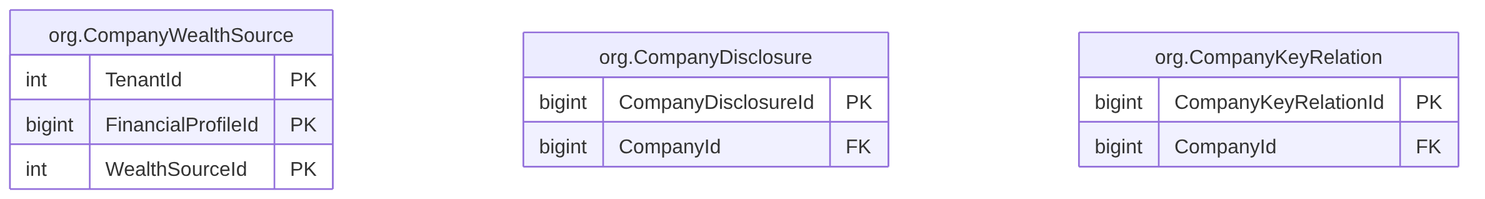
This is treasury-platform/docs/diagrams/erd/m1_company_kyc_2.png from thawrasy/smartlines, a Mermaid export, as it was before one commit. Its source is kept beside it as treasury-platform/docs/diagrams/erd/m1_company_kyc_2.mmd.
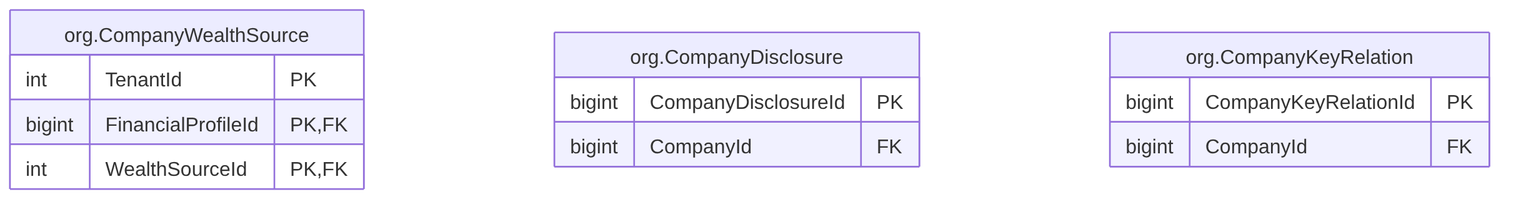
The same file after the commit.

Diff of the diagram source:
```diff
@@ -1,8 +1,8 @@
 erDiagram
   org_CompanyWealthSource["org.CompanyWealthSource"] {
     int TenantId PK
-    bigint FinancialProfileId PK
-    int WealthSourceId PK
+    bigint FinancialProfileId PK, FK
+    int WealthSourceId PK, FK
   }
   org_CompanyDisclosure["org.CompanyDisclosure"] {
     bigint CompanyDisclosureId PK
```
